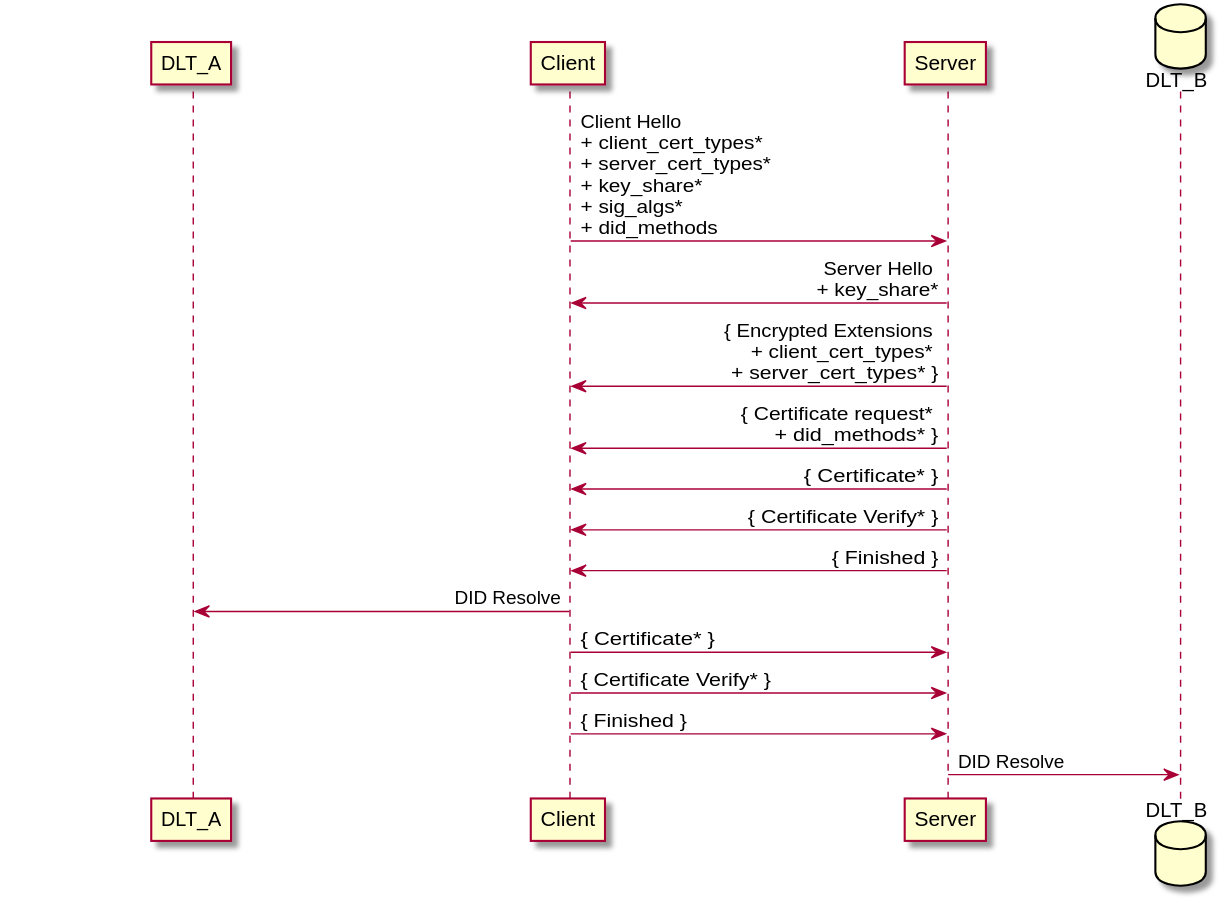
Before: images/full-hs.svg, a diagram exported from PlantUML (thomas-fossati/draft-vesco-vcauthtls). Its diagram source:
```plantuml
@startuml full-hs
participant DLT_A order 1
participant Client order 2
participant Server order 3
database DLT_B order 4
skinparam sequenceMessageAlign direction
skinparam ParticipantPadding 100

Client -> Server : Client Hello \n+ client_cert_types* \n+ server_cert_types* \n+ key_share* \n+ sig_algs* \n+ did_methods
Server -> Client : Server Hello \n+ key_share*
Server -> Client : { Encrypted Extensions \n+ client_cert_types* \n+ server_cert_types* }
Server -> Client : { Certificate request* \n+ did_methods* }
Server -> Client : { Certificate* }
Server -> Client : { Certificate Verify* }
Server -> Client : { Finished }
Client -> DLT_A : DID Resolve
Client -> Server : { Certificate* }
Client -> Server : { Certificate Verify* }
Client -> Server : { Finished }
Server -> DLT_B : DID Resolve
@enduml
```
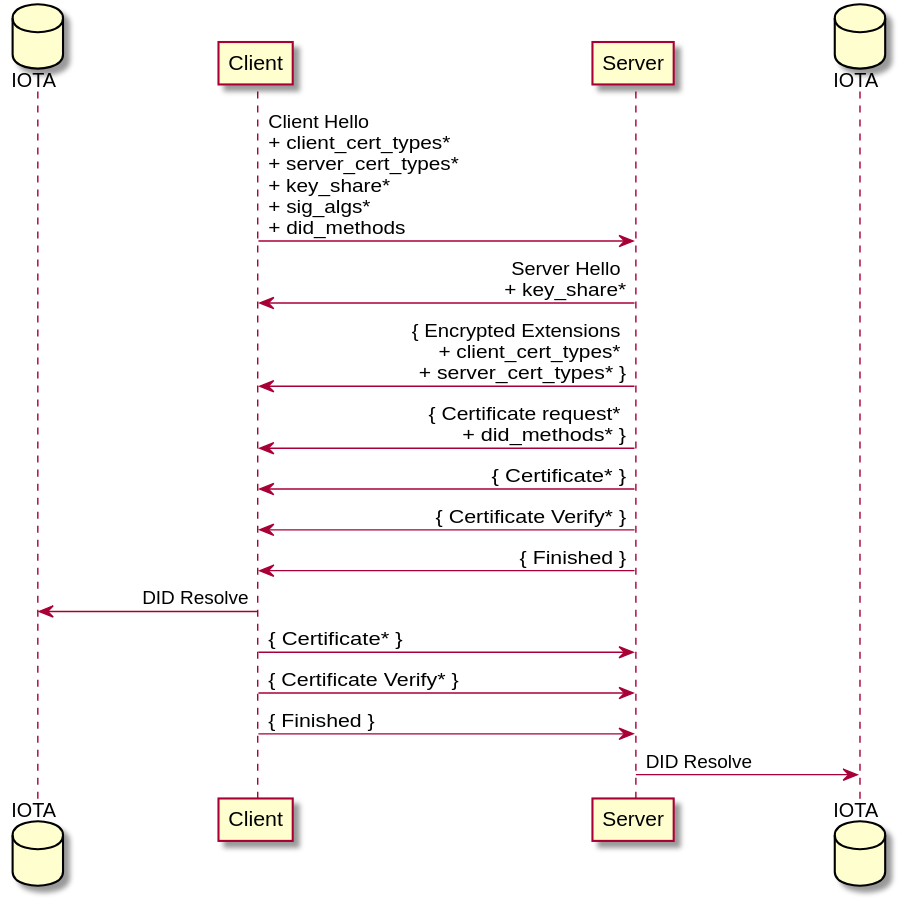
After the change.

The edit, as a diff of the source:
```diff
@@ -1,11 +1,10 @@
 @startuml full-hs
-participant DLT_A order 1
+database IOTA as dlt1 order 1
+database IOTA as dlt2 order 4
 participant Client order 2
 participant Server order 3
-database DLT_B order 4
 skinparam sequenceMessageAlign direction
 skinparam ParticipantPadding 100
-
 Client -> Server : Client Hello \n+ client_cert_types* \n+ server_cert_types* \n+ key_share* \n+ sig_algs* \n+ did_methods
 Server -> Client : Server Hello \n+ key_share*
 Server -> Client : { Encrypted Extensions \n+ client_cert_types* \n+ server_cert_types* }
@@ -13,9 +12,9 @@
 Server -> Client : { Certificate* }
 Server -> Client : { Certificate Verify* }
 Server -> Client : { Finished }
-Client -> DLT_A : DID Resolve
+Client -> dlt1 : DID Resolve
 Client -> Server : { Certificate* }
 Client -> Server : { Certificate Verify* }
 Client -> Server : { Finished }
-Server -> DLT_B : DID Resolve
+Server -> dlt2 : DID Resolve
 @enduml
```
